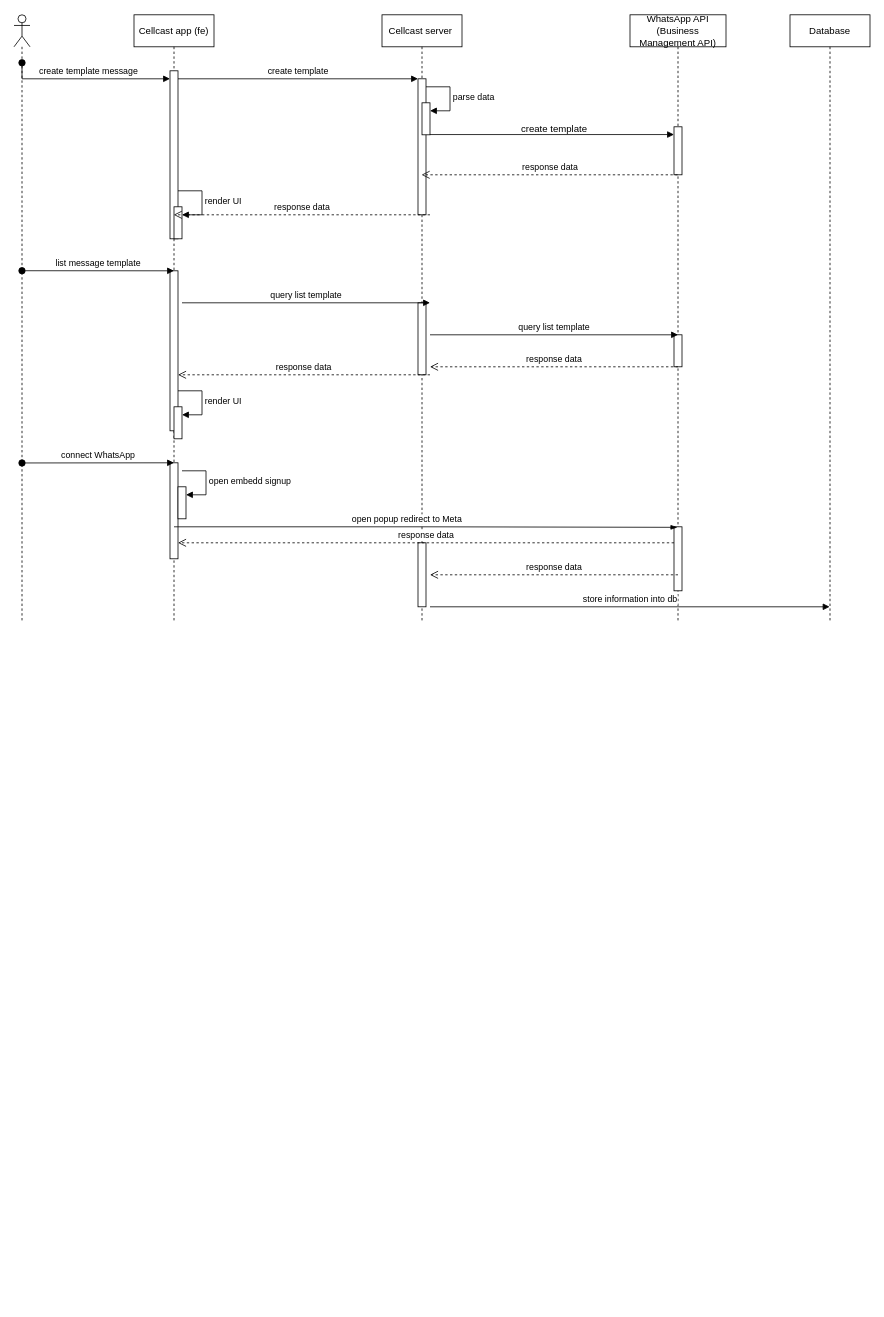
This is Untitled Diagram.drawio from LucasNguyenTVF/test, a draw.io file, before an edit. Source tidied: cells renumbered, new cells numbered last; positions are measured from the earlier drawing's top-left corner, leaving out a move shared by most shapes. Both pictures are drawn from the tidied source at 80%, with x=0, y=0 at pixel (14, 14).
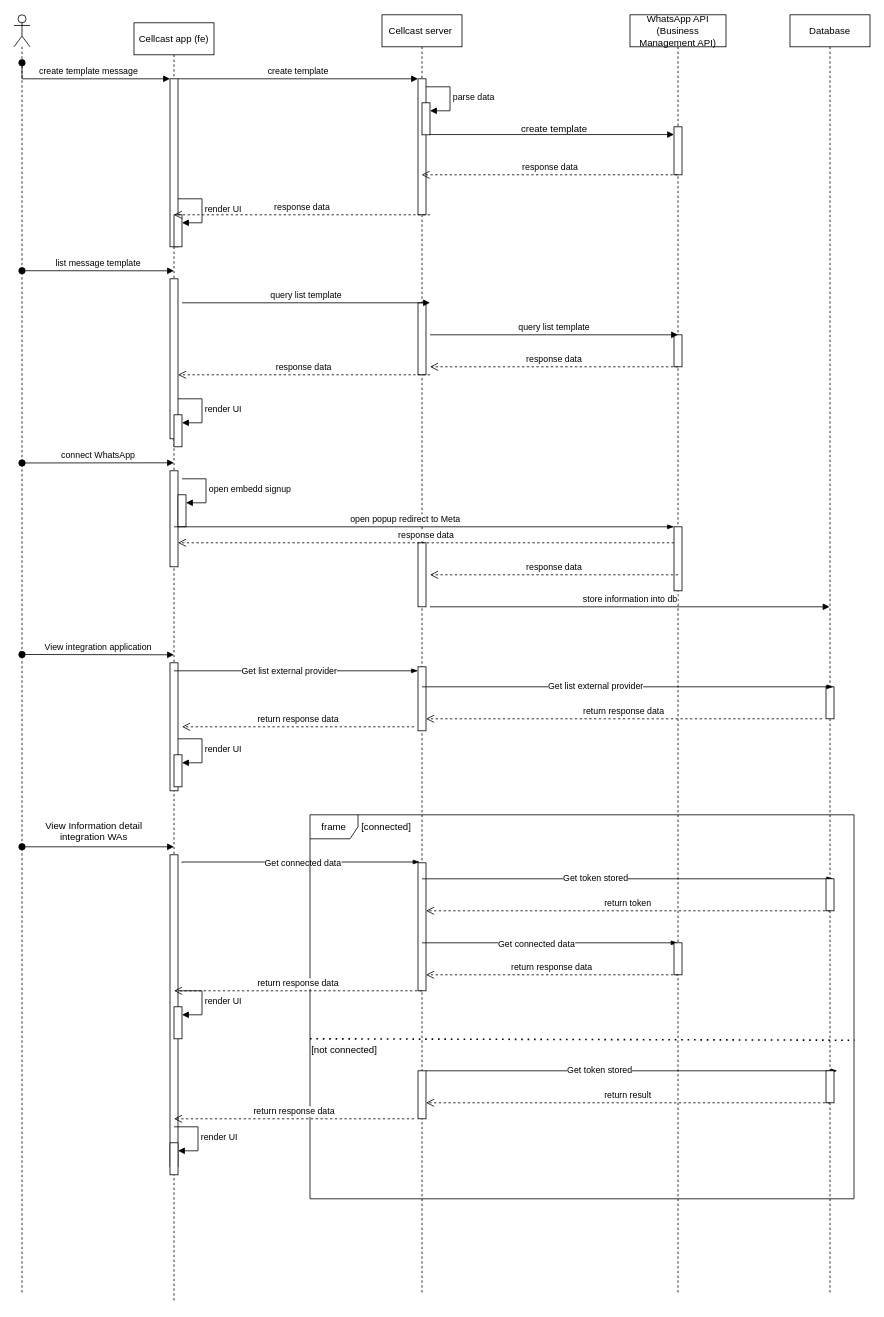
The same page after the edit.

The edit, as a diff of the source:
```diff
@@
     <mxCell id="2" value="Cellcast app (fe)" style="shape=umlLifeline;whiteSpace=wrap;html=1;newEdgeStyle={&quot;curved&quot;:0,&quot;rounded&quot;:0};perimeter=rectanglePerimeter;targetShapes=umlLifeline;participant=label;" parent="1" vertex="1">
-      <mxGeometry x="150" width="100" height="760" as="geometry" />
+      <mxGeometry x="150" y="10" width="100" height="1600" as="geometry" />
     </mxCell>
@@
+    <mxCell id="41" style="html=1;perimeter=orthogonalPerimeter;targetShapes=umlLifeline;newEdgeStyle={&quot;curved&quot;:0,&quot;rounded&quot;:0};" parent="2" vertex="1">
+      <mxGeometry x="45" y="800" width="10" height="160" as="geometry" />
+    </mxCell>
+    <mxCell id="42" style="html=1;points=[[0,0,0,0,5],[0,1,0,0,-5],[1,0,0,0,5],[1,1,0,0,-5]];perimeter=orthogonalPerimeter;outlineConnect=0;targetShapes=umlLifeline;portConstraint=eastwest;newEdgeStyle={&quot;curved&quot;:0,&quot;rounded&quot;:0};" parent="2" vertex="1">
+      <mxGeometry x="50" y="915" width="10" height="40" as="geometry" />
+    </mxCell>
+    <mxCell id="43" value="render UI" style="html=1;align=left;spacingLeft=2;endArrow=block;rounded=0;edgeStyle=orthogonalEdgeStyle;curved=0;rounded=0;" parent="2" edge="1" target="42">
+      <mxGeometry relative="1" as="geometry">
+        <mxPoint x="55" y="895" as="sourcePoint" />
+        <Array as="points">
+          <mxPoint x="85" y="925" />
+        </Array>
+      </mxGeometry>
+    </mxCell>
+    <mxCell id="44" style="html=1;perimeter=orthogonalPerimeter;targetShapes=umlLifeline;newEdgeStyle={&quot;curved&quot;:0,&quot;rounded&quot;:0};" parent="2" vertex="1">
+      <mxGeometry x="45" y="1040" width="10" height="390" as="geometry" />
+    </mxCell>
+    <mxCell id="45" style="html=1;points=[[0,0,0,0,5],[0,1,0,0,-5],[1,0,0,0,5],[1,1,0,0,-5]];perimeter=orthogonalPerimeter;outlineConnect=0;targetShapes=umlLifeline;portConstraint=eastwest;newEdgeStyle={&quot;curved&quot;:0,&quot;rounded&quot;:0};" parent="2" vertex="1">
+      <mxGeometry x="45" y="1400" width="10" height="40" as="geometry" />
+    </mxCell>
+    <mxCell id="46" value="render UI" style="html=1;align=left;spacingLeft=2;endArrow=block;rounded=0;edgeStyle=orthogonalEdgeStyle;curved=0;rounded=0;" parent="2" edge="1" target="45">
+      <mxGeometry relative="1" as="geometry">
+        <mxPoint x="50" y="1380" as="sourcePoint" />
+        <Array as="points">
+          <mxPoint x="80" y="1410" />
+        </Array>
+      </mxGeometry>
+    </mxCell>
     <mxCell id="12" value="Cellcast server&amp;nbsp;" style="shape=umlLifeline;perimeter=lifelinePerimeter;whiteSpace=wrap;html=1;outlineConnect=0;portConstraint=eastwest;newEdgeStyle={&quot;edgeStyle&quot;:&quot;elbowEdgeStyle&quot;,&quot;elbow&quot;:&quot;vertical&quot;,&quot;curved&quot;:0,&quot;rounded&quot;:0};" parent="1" vertex="1">
-      <mxGeometry x="460" width="100" height="760" as="geometry" />
+      <mxGeometry x="460" width="100" height="1600" as="geometry" />
     </mxCell>
@@
+    <mxCell id="47" style="html=1;points=[[0,0,0,0,5],[0,1,0,0,-5],[1,0,0,0,5],[1,1,0,0,-5]];perimeter=orthogonalPerimeter;outlineConnect=0;targetShapes=umlLifeline;portConstraint=eastwest;newEdgeStyle={&quot;curved&quot;:0,&quot;rounded&quot;:0};" parent="12" vertex="1">
+      <mxGeometry x="45" y="815" width="10" height="80" as="geometry" />
+    </mxCell>
+    <mxCell id="48" style="html=1;points=[[0,0,0,0,5],[0,1,0,0,-5],[1,0,0,0,5],[1,1,0,0,-5]];perimeter=orthogonalPerimeter;outlineConnect=0;targetShapes=umlLifeline;portConstraint=eastwest;newEdgeStyle={&quot;curved&quot;:0,&quot;rounded&quot;:0};" parent="12" vertex="1">
+      <mxGeometry x="45" y="1060" width="10" height="160" as="geometry" />
+    </mxCell>
@@
     <mxCell id="21" value="WhatsApp API (Business Management API)" style="shape=umlLifeline;perimeter=lifelinePerimeter;whiteSpace=wrap;html=1;outlineConnect=0;portConstraint=eastwest;newEdgeStyle={&quot;edgeStyle&quot;:&quot;elbowEdgeStyle&quot;,&quot;elbow&quot;:&quot;vertical&quot;,&quot;curved&quot;:0,&quot;rounded&quot;:0};" parent="1" vertex="1">
-      <mxGeometry x="770" width="120" height="760" as="geometry" />
+      <mxGeometry x="770" width="120" height="1600" as="geometry" />
     </mxCell>
@@
     <mxCell id="28" style="shape=umlLifeline;perimeter=lifelinePerimeter;whiteSpace=wrap;html=1;newEdgeStyle={&quot;curved&quot;:0,&quot;rounded&quot;:0};participant=umlActor;" parent="1" vertex="1">
-      <mxGeometry width="20" height="760" as="geometry" />
+      <mxGeometry width="20" height="1600" as="geometry" />
     </mxCell>
@@
-    <mxCell id="35" style="edgeStyle=elbowEdgeStyle;fontSize=12;html=1;endArrow=blockThin;endFill=1;rounded=0;entryX=0.493;entryY=0.843;entryDx=0;entryDy=0;entryPerimeter=0;" parent="1" edge="1" target="21">
+    <mxCell id="35" style="edgeStyle=elbowEdgeStyle;fontSize=12;html=1;endArrow=blockThin;endFill=1;rounded=0;" parent="1" edge="1">
       <mxGeometry relative="1" as="geometry">
         <mxPoint x="200" y="640" as="sourcePoint" />
+        <mxPoint x="825" y="640" as="targetPoint" />
+        <Array as="points">
+          <mxPoint x="710" y="630" />
+        </Array>
       </mxGeometry>
     </mxCell>
@@
     <mxCell id="39" value="Database" style="shape=umlLifeline;perimeter=lifelinePerimeter;whiteSpace=wrap;html=1;outlineConnect=0;portConstraint=eastwest;newEdgeStyle={&quot;curved&quot;:0,&quot;rounded&quot;:0};" parent="1" vertex="1">
-      <mxGeometry x="970" width="100" height="760" as="geometry" />
+      <mxGeometry x="970" width="100" height="1600" as="geometry" />
     </mxCell>
+    <mxCell id="49" style="html=1;perimeter=orthogonalPerimeter;targetShapes=umlLifeline;newEdgeStyle={&quot;curved&quot;:0,&quot;rounded&quot;:0};" parent="39" vertex="1">
+      <mxGeometry x="45" y="840" width="10" height="40" as="geometry" />
+    </mxCell>
@@
+    <mxCell id="50" value="View integration application" style="html=1;verticalAlign=bottom;startArrow=oval;endArrow=block;startSize=8;edgeStyle=elbowEdgeStyle;elbow=vertical;curved=0;rounded=0;exitX=1;exitY=1;exitDx=0;exitDy=0;exitPerimeter=0;" parent="1" edge="1">
+      <mxGeometry relative="1" as="geometry">
+        <mxPoint x="10" y="799.6" as="sourcePoint" />
+        <mxPoint x="200" y="799.6" as="targetPoint" />
+      </mxGeometry>
+    </mxCell>
+    <mxCell id="51" style="edgeStyle=elbowEdgeStyle;fontSize=12;html=1;endArrow=blockThin;endFill=1;rounded=0;entryX=0;entryY=0;entryDx=0;entryDy=5;entryPerimeter=0;" parent="1" edge="1" target="47">
+      <mxGeometry relative="1" as="geometry">
+        <mxPoint x="200" y="820" as="sourcePoint" />
+      </mxGeometry>
+    </mxCell>
+    <mxCell id="52" value="Get list external provider" style="edgeLabel;html=1;align=center;verticalAlign=middle;" parent="51" vertex="1">
+      <mxGeometry x="-0.06" relative="1" as="geometry" />
+    </mxCell>
+    <mxCell id="53" style="edgeStyle=elbowEdgeStyle;fontSize=12;html=1;endArrow=blockThin;endFill=1;rounded=0;entryX=0.54;entryY=0.525;entryDx=0;entryDy=0;entryPerimeter=0;" parent="1" edge="1" target="39">
+      <mxGeometry relative="1" as="geometry">
+        <mxPoint x="510" y="840" as="sourcePoint" />
+      </mxGeometry>
+    </mxCell>
+    <mxCell id="54" value="Get list external provider" style="edgeLabel;html=1;align=center;verticalAlign=middle;" parent="53" vertex="1">
+      <mxGeometry x="-0.16" y="2" relative="1" as="geometry" />
+    </mxCell>
+    <mxCell id="55" value="return response data" style="html=1;verticalAlign=bottom;endArrow=open;dashed=1;endSize=8;curved=0;rounded=0;" parent="1" edge="1" target="47">
+      <mxGeometry relative="1" as="geometry">
+        <mxPoint x="1010" y="880" as="sourcePoint" />
+      </mxGeometry>
+    </mxCell>
+    <mxCell id="56" value="return response data" style="html=1;verticalAlign=bottom;endArrow=open;dashed=1;endSize=8;curved=0;rounded=0;" parent="1" edge="1">
+      <mxGeometry relative="1" as="geometry">
+        <mxPoint x="500" y="890" as="sourcePoint" />
+        <mxPoint x="210" y="890" as="targetPoint" />
+      </mxGeometry>
+    </mxCell>
+    <mxCell id="57" value="View Information detail integration WAs" style="text;whiteSpace=wrap;align=center;" parent="1" vertex="1">
+      <mxGeometry x="10" y="1000" width="180" height="30" as="geometry" />
+    </mxCell>
+    <mxCell id="58" style="html=1;verticalAlign=bottom;startArrow=oval;endArrow=block;startSize=8;edgeStyle=elbowEdgeStyle;elbow=vertical;curved=0;rounded=0;exitX=1;exitY=1;exitDx=0;exitDy=0;exitPerimeter=0;" parent="1" edge="1">
+      <mxGeometry relative="1" as="geometry">
+        <mxPoint x="10" y="1040" as="sourcePoint" />
+        <mxPoint x="200" y="1040" as="targetPoint" />
+      </mxGeometry>
+    </mxCell>
+    <mxCell id="59" style="edgeStyle=elbowEdgeStyle;fontSize=12;html=1;endArrow=blockThin;endFill=1;rounded=0;entryX=0.2;entryY=-0.012;entryDx=0;entryDy=0;entryPerimeter=0;elbow=vertical;" parent="1" edge="1" target="48">
+      <mxGeometry relative="1" as="geometry">
+        <mxPoint x="210" y="1060" as="sourcePoint" />
+      </mxGeometry>
+    </mxCell>
+    <mxCell id="60" value="Get connected data" style="edgeLabel;html=1;align=center;verticalAlign=middle;" parent="59" vertex="1">
+      <mxGeometry x="0.01" relative="1" as="geometry" />
+    </mxCell>
+    <mxCell id="61" value="frame" style="shape=umlFrame;whiteSpace=wrap;html=1;" parent="1" vertex="1">
+      <mxGeometry x="370" y="1000" width="680" height="480" as="geometry" />
+    </mxCell>
+    <mxCell id="62" value="[connected]" style="text;html=1;align=center;verticalAlign=middle;strokeColor=none;fillColor=none;" parent="1" vertex="1">
+      <mxGeometry x="420" y="1000" width="90" height="30" as="geometry" />
+    </mxCell>
+    <mxCell id="63" style="edgeStyle=elbowEdgeStyle;fontSize=12;html=1;endArrow=blockThin;endFill=1;rounded=0;entryX=0.54;entryY=0.525;entryDx=0;entryDy=0;entryPerimeter=0;" parent="1" edge="1">
+      <mxGeometry relative="1" as="geometry">
+        <mxPoint x="510" y="1080" as="sourcePoint" />
+        <mxPoint x="1024" y="1080" as="targetPoint" />
+      </mxGeometry>
+    </mxCell>
+    <mxCell id="64" value="Get token stored" style="edgeLabel;html=1;align=center;verticalAlign=middle;" parent="63" vertex="1">
+      <mxGeometry x="-0.16" y="2" relative="1" as="geometry" />
+    </mxCell>
+    <mxCell id="65" style="html=1;perimeter=orthogonalPerimeter;targetShapes=umlLifeline;newEdgeStyle={&quot;curved&quot;:0,&quot;rounded&quot;:0};" parent="1" vertex="1">
+      <mxGeometry x="1015" y="1080" width="10" height="40" as="geometry" />
+    </mxCell>
+    <mxCell id="66" value="return token" style="html=1;verticalAlign=bottom;endArrow=open;dashed=1;endSize=8;curved=0;rounded=0;" parent="1" edge="1" target="48">
+      <mxGeometry relative="1" as="geometry">
+        <mxPoint x="1020" y="1120" as="sourcePoint" />
+      </mxGeometry>
+    </mxCell>
+    <mxCell id="67" style="edgeStyle=elbowEdgeStyle;fontSize=12;html=1;endArrow=blockThin;endFill=1;rounded=0;entryX=0.496;entryY=0.725;entryDx=0;entryDy=0;entryPerimeter=0;" parent="1" edge="1" target="21">
+      <mxGeometry relative="1" as="geometry">
+        <mxPoint x="510" y="1160" as="sourcePoint" />
+      </mxGeometry>
+    </mxCell>
+    <mxCell id="68" value="Get connected data" style="edgeLabel;html=1;align=center;verticalAlign=middle;" parent="67" vertex="1">
+      <mxGeometry x="-0.11" y="-1" relative="1" as="geometry" />
+    </mxCell>
+    <mxCell id="69" style="html=1;perimeter=orthogonalPerimeter;targetShapes=umlLifeline;newEdgeStyle={&quot;curved&quot;:0,&quot;rounded&quot;:0};" parent="1" vertex="1">
+      <mxGeometry x="825" y="1160" width="10" height="40" as="geometry" />
+    </mxCell>
+    <mxCell id="70" value="return response data" style="html=1;verticalAlign=bottom;endArrow=open;dashed=1;endSize=8;curved=0;rounded=0;" parent="1" edge="1" target="48">
+      <mxGeometry relative="1" as="geometry">
+        <mxPoint x="830" y="1200" as="sourcePoint" />
+      </mxGeometry>
+    </mxCell>
+    <mxCell id="71" value="return response data" style="html=1;verticalAlign=bottom;endArrow=open;dashed=1;endSize=8;curved=0;rounded=0;" parent="1" edge="1">
+      <mxGeometry relative="1" as="geometry">
+        <mxPoint x="510" y="1220" as="sourcePoint" />
+        <mxPoint x="200" y="1220" as="targetPoint" />
+      </mxGeometry>
+    </mxCell>
+    <mxCell id="72" style="html=1;points=[[0,0,0,0,5],[0,1,0,0,-5],[1,0,0,0,5],[1,1,0,0,-5]];perimeter=orthogonalPerimeter;outlineConnect=0;targetShapes=umlLifeline;portConstraint=eastwest;newEdgeStyle={&quot;curved&quot;:0,&quot;rounded&quot;:0};" parent="1" vertex="1">
+      <mxGeometry x="200" y="1240" width="10" height="40" as="geometry" />
+    </mxCell>
+    <mxCell id="73" value="render UI" style="html=1;align=left;spacingLeft=2;endArrow=block;rounded=0;edgeStyle=orthogonalEdgeStyle;curved=0;rounded=0;" parent="1" edge="1" target="72">
+      <mxGeometry relative="1" as="geometry">
+        <mxPoint x="205" y="1220" as="sourcePoint" />
+        <Array as="points">
+          <mxPoint x="235" y="1250" />
+        </Array>
+      </mxGeometry>
+    </mxCell>
+    <mxCell id="74" value="&lt;span style=&quot;color: rgb(0, 0, 0); font-family: Helvetica; font-size: 12px; font-style: normal; font-variant-ligatures: normal; font-variant-caps: normal; font-weight: 400; letter-spacing: normal; orphans: 2; text-align: center; text-indent: 0px; text-transform: none; widows: 2; word-spacing: 0px; -webkit-text-stroke-width: 0px; white-space: nowrap; background-color: rgb(251, 251, 251); text-decoration-thickness: initial; text-decoration-style: initial; text-decoration-color: initial; float: none; display: inline !important;&quot;&gt;[not connected]&lt;/span&gt;" style="text;whiteSpace=wrap;html=1;" parent="1" vertex="1">
+      <mxGeometry x="370" y="1280" width="100" height="40" as="geometry" />
+    </mxCell>
+    <mxCell id="75" style="endArrow=none;dashed=1;html=1;dashPattern=1 3;strokeWidth=2;rounded=0;entryX=1;entryY=0.562;entryDx=0;entryDy=0;entryPerimeter=0;exitX=-0.001;exitY=0.557;exitDx=0;exitDy=0;exitPerimeter=0;" parent="1" edge="1">
+      <mxGeometry relative="1" as="geometry">
+        <mxPoint x="370" y="1280" as="sourcePoint" />
+        <mxPoint x="1050.7" y="1281.8" as="targetPoint" />
+      </mxGeometry>
+    </mxCell>
+    <mxCell id="76" style="html=1;perimeter=orthogonalPerimeter;targetShapes=umlLifeline;newEdgeStyle={&quot;curved&quot;:0,&quot;rounded&quot;:0};" parent="1" vertex="1">
+      <mxGeometry x="505" y="1320" width="10" height="60" as="geometry" />
+    </mxCell>
+    <mxCell id="77" style="edgeStyle=elbowEdgeStyle;fontSize=12;html=1;endArrow=blockThin;endFill=1;rounded=0;entryX=0.54;entryY=0.525;entryDx=0;entryDy=0;entryPerimeter=0;" parent="1" edge="1">
+      <mxGeometry relative="1" as="geometry">
+        <mxPoint x="515" y="1320" as="sourcePoint" />
+        <mxPoint x="1029" y="1320" as="targetPoint" />
+      </mxGeometry>
+    </mxCell>
+    <mxCell id="78" value="Get token stored" style="edgeLabel;html=1;align=center;verticalAlign=middle;" parent="77" vertex="1">
+      <mxGeometry x="-0.16" y="2" relative="1" as="geometry" />
+    </mxCell>
+    <mxCell id="79" style="html=1;perimeter=orthogonalPerimeter;targetShapes=umlLifeline;newEdgeStyle={&quot;curved&quot;:0,&quot;rounded&quot;:0};" parent="1" vertex="1">
+      <mxGeometry x="1015" y="1320" width="10" height="40" as="geometry" />
+    </mxCell>
+    <mxCell id="80" value="return result" style="html=1;verticalAlign=bottom;endArrow=open;dashed=1;endSize=8;curved=0;rounded=0;" parent="1" edge="1">
+      <mxGeometry relative="1" as="geometry">
+        <mxPoint x="1020" y="1360" as="sourcePoint" />
+        <mxPoint x="515" y="1360" as="targetPoint" />
+      </mxGeometry>
+    </mxCell>
+    <mxCell id="81" value="return response data" style="html=1;verticalAlign=bottom;endArrow=open;dashed=1;endSize=8;curved=0;rounded=0;" parent="1" edge="1">
+      <mxGeometry relative="1" as="geometry">
+        <mxPoint x="500" y="1380" as="sourcePoint" />
+        <mxPoint x="200" y="1380" as="targetPoint" />
+      </mxGeometry>
+    </mxCell>
```
